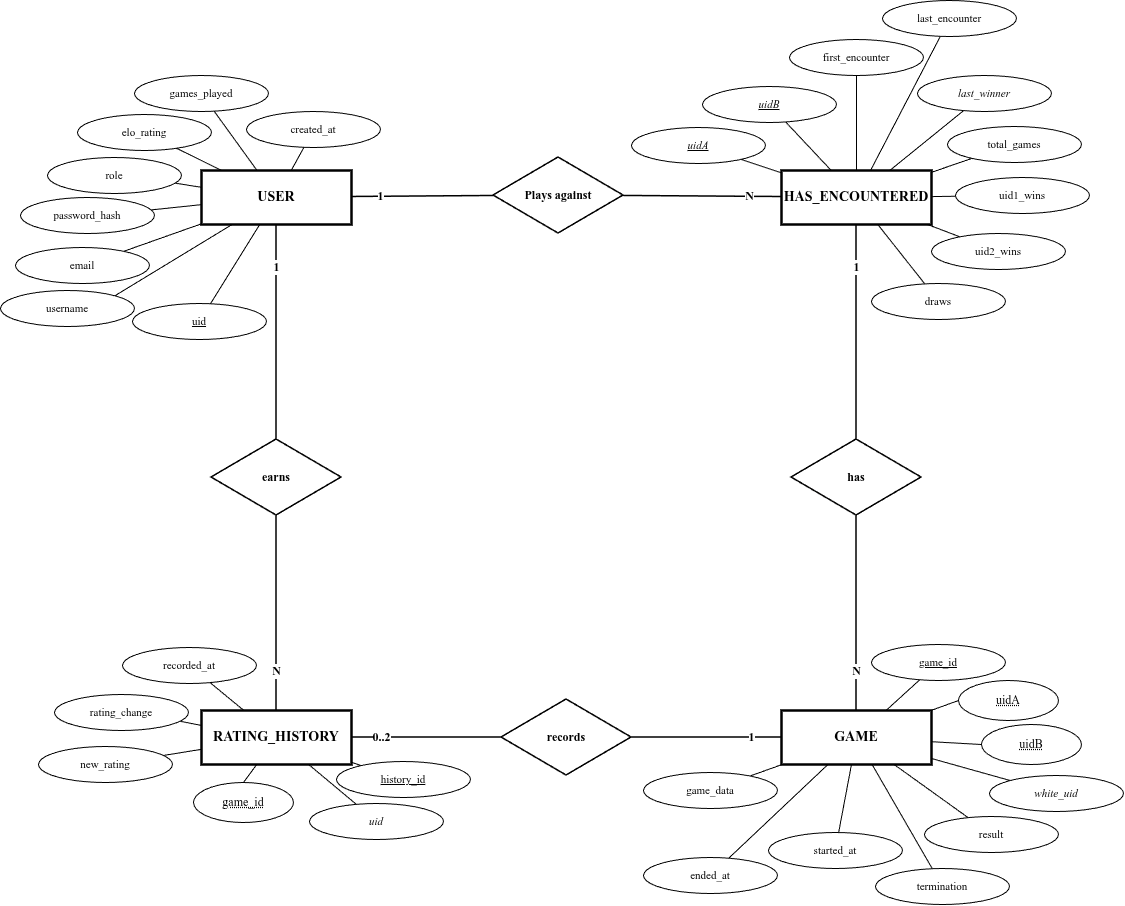
Above: Reports/images/server-erd.png in TheUnknown392/ches (draw.io), before the change. Source tidied: cells renumbered, new cells last; positions are measured from the earlier drawing's top-left corner, leaving out a move shared by most shapes.
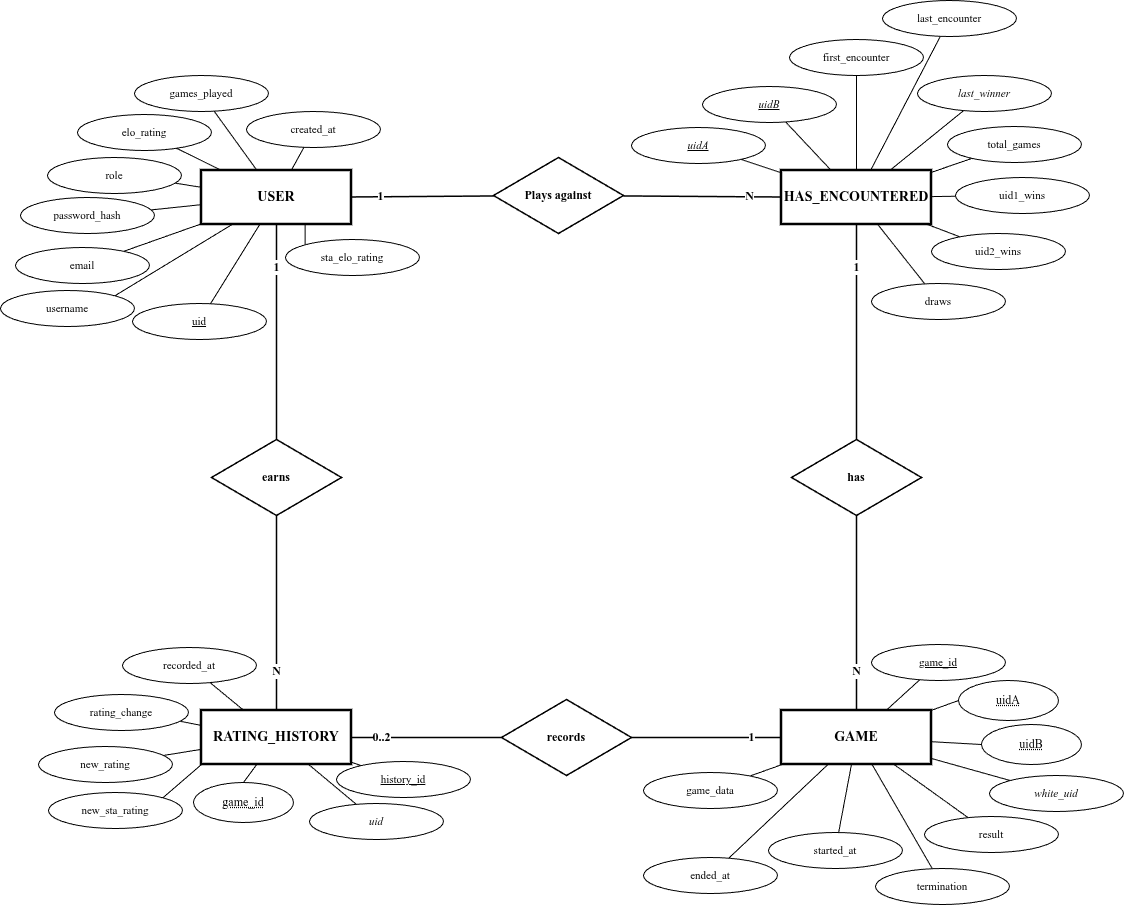
Later version of the same file.

What changed in the source:
```diff
@@ -122,6 +122,9 @@
     <mxCell id="41" style="endArrow=none;html=1;strokeColor=#000000;strokeWidth=1;fontFamily=Times New Roman;" parent="1" edge="1" source="78" target="45">
       <mxGeometry relative="1" as="geometry" />
     </mxCell>
+    <mxCell id="82" style="edgeStyle=orthogonalEdgeStyle;rounded=0;jettySize=auto;html=1;exitX=0.75;exitY=1;exitDx=0;exitDy=0;entryX=0;entryY=0;entryDx=0;entryDy=0;endArrow=none;endFill=0;" parent="1" edge="1" source="42" target="84">
+      <mxGeometry relative="1" as="geometry" />
+    </mxCell>
     <mxCell id="42" value="USER" style="fillColor=#ffffff;strokeColor=#000000;fontColor=#000000;html=1;shape=rectangle;strokeWidth=2.5;fontStyle=1;fontSize=14;whiteSpace=wrap;fontFamily=Times New Roman;" parent="1" vertex="1">
       <mxGeometry x="201" y="170" width="150" height="54" as="geometry" />
     </mxCell>
@@ -131,6 +134,9 @@
     <mxCell id="44" value="GAME" style="fillColor=#ffffff;strokeColor=#000000;fontColor=#000000;html=1;shape=rectangle;strokeWidth=2.5;fontStyle=1;fontSize=14;whiteSpace=wrap;fontFamily=Times New Roman;" parent="1" vertex="1">
       <mxGeometry x="781" y="710" width="150" height="54" as="geometry" />
     </mxCell>
+    <mxCell id="83" style="rounded=0;jettySize=auto;html=1;exitX=0;exitY=1;exitDx=0;exitDy=0;entryX=1;entryY=0;entryDx=0;entryDy=0;endArrow=none;endFill=0;" parent="1" edge="1" source="45" target="85">
+      <mxGeometry relative="1" as="geometry" />
+    </mxCell>
     <mxCell id="45" value="RATING_HISTORY" style="fillColor=#ffffff;strokeColor=#000000;fontColor=#000000;html=1;shape=rectangle;strokeWidth=2.5;fontStyle=1;fontSize=14;whiteSpace=wrap;fontFamily=Times New Roman;" parent="1" vertex="1">
       <mxGeometry x="201" y="710" width="150" height="54" as="geometry" />
     </mxCell>
@@ -242,5 +248,11 @@
     <mxCell id="81" value="game_id" style="ellipse;whiteSpace=wrap;html=1;align=center;fontStyle=20;fontFamily=Times New Roman;" parent="1" vertex="1">
       <mxGeometry x="193" y="782" width="100" height="40" as="geometry" />
     </mxCell>
+    <mxCell id="84" value="sta_elo_rating" style="fillColor=#ffffff;strokeColor=#000000;fontColor=#000000;html=1;shape=ellipse;perimeter=ellipsePerimeter;strokeWidth=1;fontSize=11;fontStyle=0;whiteSpace=wrap;fontFamily=Times New Roman;" parent="1" vertex="1">
+      <mxGeometry x="285" y="239" width="134" height="36" as="geometry" />
+    </mxCell>
+    <mxCell id="85" value="new_sta_rating" style="fillColor=#ffffff;strokeColor=#000000;fontColor=#000000;html=1;shape=ellipse;perimeter=ellipsePerimeter;strokeWidth=1;fontSize=11;fontStyle=0;whiteSpace=wrap;fontFamily=Times New Roman;" parent="1" vertex="1">
+      <mxGeometry x="48" y="792" width="134" height="36" as="geometry" />
+    </mxCell>
   </root>
 </mxGraphModel>
```
